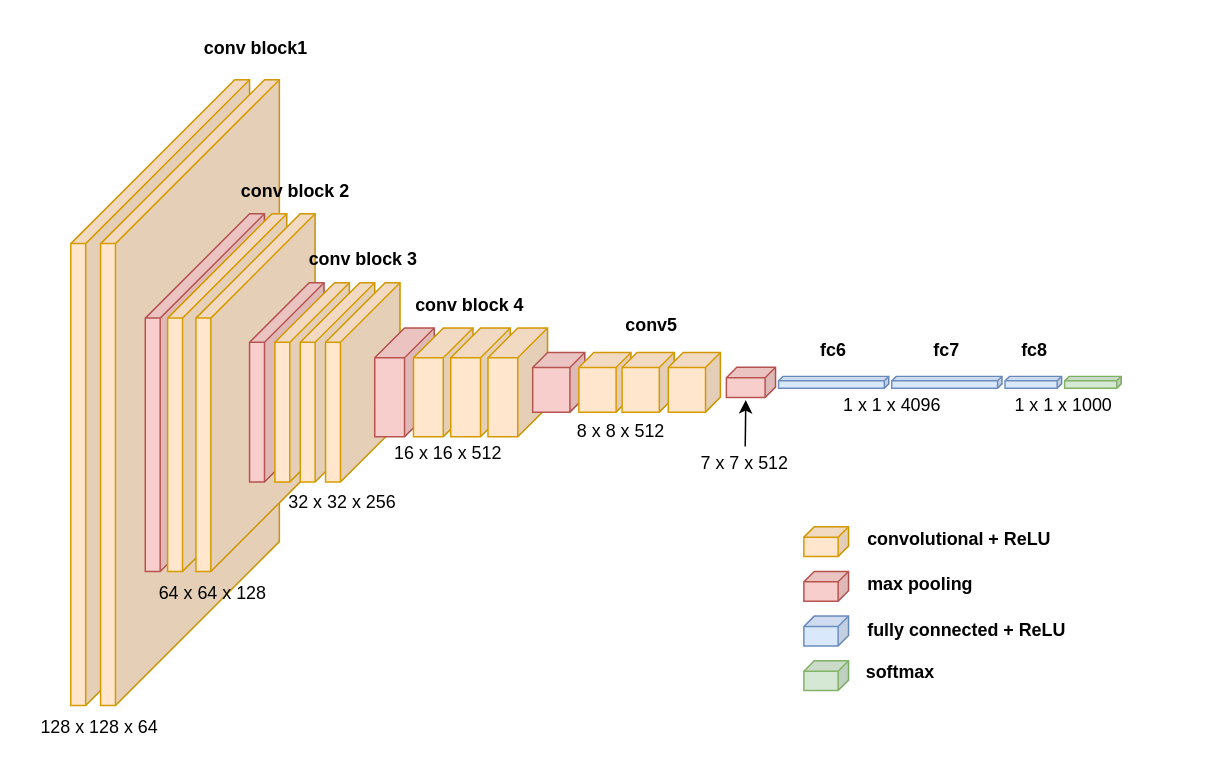
Earlier version of the draw.io diagram vgg16_xml.drawio (BenCretois/Neural-Network-Architecture-Diagrams). Source tidied: cells renumbered, new cells numbered last; positions are measured from the earlier drawing's top-left corner, leaving out a move shared by most shapes. Both pictures are drawn from the tidied source at 149%, with x=0, y=0 at pixel (25, 25).
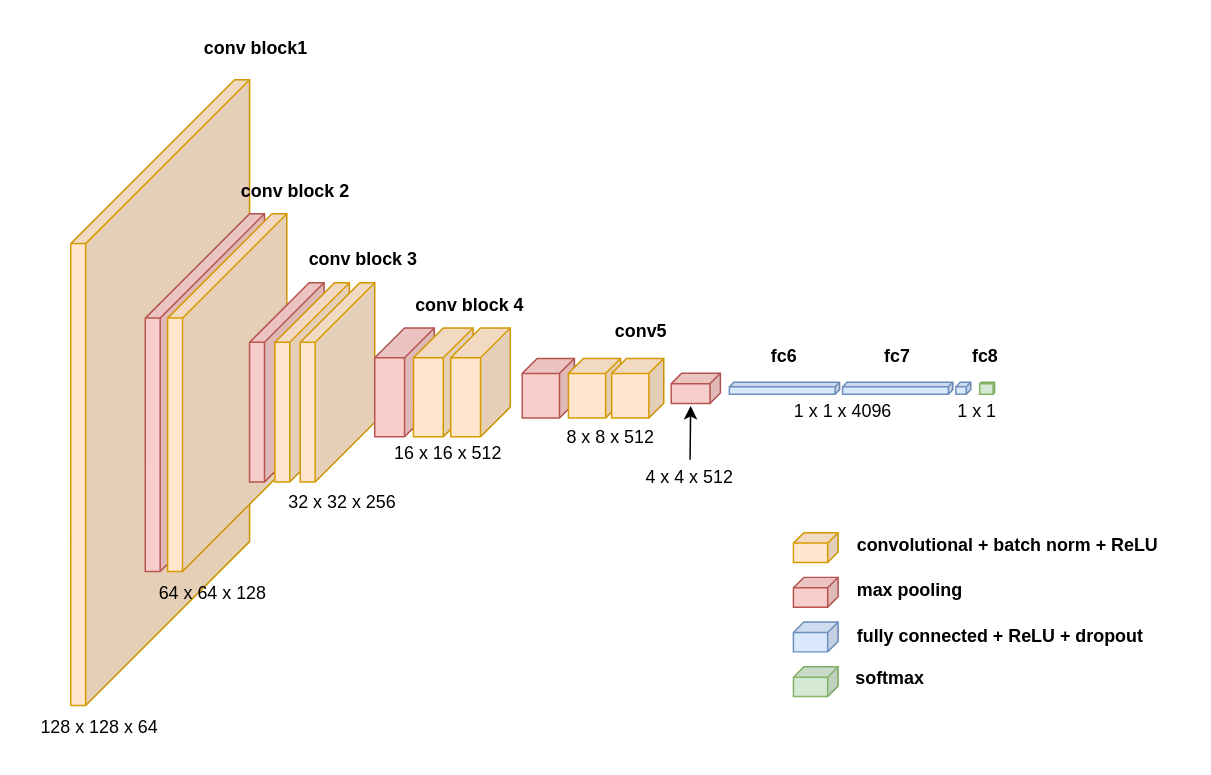
After the change.

Diff of the diagram source:
```diff
@@
-    <mxCell id="3" style="shape=cube;whiteSpace=wrap;html=1;boundedLbl=1;backgroundOutline=1;darkOpacity=0.05;darkOpacity2=0.1;size=110;direction=east;flipH=1;fillColor=#ffe6cc;strokeColor=#d79b00;" parent="1" vertex="1">
-      <mxGeometry x="50" y="36" width="120" height="420" as="geometry" />
-    </mxCell>
@@
-    <mxCell id="6" style="shape=cube;whiteSpace=wrap;html=1;boundedLbl=1;backgroundOutline=1;darkOpacity=0.05;darkOpacity2=0.1;size=70;direction=east;flipH=1;fillColor=#ffe6cc;strokeColor=#d79b00;" parent="1" vertex="1">
-      <mxGeometry x="114" y="126" width="80" height="240" as="geometry" />
-    </mxCell>
@@
-    <mxCell id="10" style="shape=cube;whiteSpace=wrap;html=1;boundedLbl=1;backgroundOutline=1;darkOpacity=0.05;darkOpacity2=0.1;size=40;direction=east;flipH=1;fillColor=#ffe6cc;strokeColor=#d79b00;" parent="1" vertex="1">
-      <mxGeometry x="201" y="172.2" width="50" height="133.8" as="geometry" />
-    </mxCell>
@@
-    <mxCell id="14" style="shape=cube;whiteSpace=wrap;html=1;boundedLbl=1;backgroundOutline=1;darkOpacity=0.05;darkOpacity2=0.1;size=20;direction=east;flipH=1;fillColor=#ffe6cc;strokeColor=#d79b00;" parent="1" vertex="1">
-      <mxGeometry x="310" y="202.6" width="40" height="73.1" as="geometry" />
-    </mxCell>
     <mxCell id="15" style="shape=cube;whiteSpace=wrap;html=1;boundedLbl=1;backgroundOutline=1;darkOpacity=0.05;darkOpacity2=0.1;size=10;direction=east;flipH=1;fillColor=#f8cecc;strokeColor=#b85450;" parent="1" vertex="1">
-      <mxGeometry x="340" y="219.1" width="35" height="40" as="geometry" />
+      <mxGeometry x="333" y="223.1" width="35" height="40" as="geometry" />
     </mxCell>
     <mxCell id="16" style="shape=cube;whiteSpace=wrap;html=1;boundedLbl=1;backgroundOutline=1;darkOpacity=0.05;darkOpacity2=0.1;size=10;direction=east;flipH=1;fillColor=#ffe6cc;strokeColor=#d79b00;" parent="1" vertex="1">
-      <mxGeometry x="371" y="219.1" width="35" height="40" as="geometry" />
+      <mxGeometry x="364" y="223.1" width="35" height="40" as="geometry" />
     </mxCell>
     <mxCell id="17" style="shape=cube;whiteSpace=wrap;html=1;boundedLbl=1;backgroundOutline=1;darkOpacity=0.05;darkOpacity2=0.1;size=7;direction=east;flipH=1;fillColor=#f8cecc;strokeColor=#b85450;" parent="1" vertex="1">
-      <mxGeometry x="470" y="229" width="33" height="20.3" as="geometry" />
+      <mxGeometry x="433" y="233" width="33" height="20.3" as="geometry" />
     </mxCell>
     <mxCell id="18" style="shape=cube;whiteSpace=wrap;html=1;boundedLbl=1;backgroundOutline=1;darkOpacity=0.05;darkOpacity2=0.1;size=3;direction=east;flipH=1;fillColor=#dae8fc;strokeColor=#6c8ebf;" parent="1" vertex="1">
-      <mxGeometry x="505" y="235.1" width="74" height="8" as="geometry" />
+      <mxGeometry x="472" y="239.1" width="74" height="8" as="geometry" />
     </mxCell>
     <mxCell id="19" style="shape=cube;whiteSpace=wrap;html=1;boundedLbl=1;backgroundOutline=1;darkOpacity=0.05;darkOpacity2=0.1;size=3;direction=east;flipH=1;fillColor=#dae8fc;strokeColor=#6c8ebf;" parent="1" vertex="1">
-      <mxGeometry x="581" y="235.1" width="74" height="8" as="geometry" />
+      <mxGeometry x="548" y="239.1" width="74" height="8" as="geometry" />
     </mxCell>
     <mxCell id="20" style="shape=cube;whiteSpace=wrap;html=1;boundedLbl=1;backgroundOutline=1;darkOpacity=0.05;darkOpacity2=0.1;size=3;direction=east;flipH=1;fillColor=#dae8fc;strokeColor=#6c8ebf;" parent="1" vertex="1">
-      <mxGeometry x="657" y="235.1" width="38" height="8" as="geometry" />
+      <mxGeometry x="624" y="239.1" width="10" height="8" as="geometry" />
     </mxCell>
     <mxCell id="21" style="shape=cube;whiteSpace=wrap;html=1;boundedLbl=1;backgroundOutline=1;darkOpacity=0.05;darkOpacity2=0.1;size=7;direction=east;flipH=1;fillColor=#ffe6cc;strokeColor=#d79b00;" parent="1" vertex="1">
-      <mxGeometry x="522" y="336" width="30" height="20" as="geometry" />
+      <mxGeometry x="515" y="340" width="30" height="20" as="geometry" />
     </mxCell>
     <mxCell id="22" style="shape=cube;whiteSpace=wrap;html=1;boundedLbl=1;backgroundOutline=1;darkOpacity=0.05;darkOpacity2=0.1;size=7;direction=east;flipH=1;fillColor=#f8cecc;strokeColor=#b85450;" parent="1" vertex="1">
-      <mxGeometry x="522" y="366" width="30" height="20" as="geometry" />
+      <mxGeometry x="515" y="370" width="30" height="20" as="geometry" />
     </mxCell>
     <mxCell id="23" style="shape=cube;whiteSpace=wrap;html=1;boundedLbl=1;backgroundOutline=1;darkOpacity=0.05;darkOpacity2=0.1;size=7;direction=east;flipH=1;fillColor=#dae8fc;strokeColor=#6c8ebf;" parent="1" vertex="1">
-      <mxGeometry x="522" y="396" width="30" height="20" as="geometry" />
+      <mxGeometry x="515" y="400" width="30" height="20" as="geometry" />
     </mxCell>
-    <mxCell id="24" style="shape=cube;whiteSpace=wrap;html=1;boundedLbl=1;backgroundOutline=1;darkOpacity=0.05;darkOpacity2=0.1;size=3;direction=east;flipH=1;fillColor=#d5e8d4;strokeColor=#82b366;" parent="1" vertex="1">
-      <mxGeometry x="697" y="235.1" width="38" height="8" as="geometry" />
+    <mxCell id="24" style="shape=cube;whiteSpace=wrap;html=1;boundedLbl=1;backgroundOutline=1;darkOpacity=0.05;darkOpacity2=0.1;size=1;direction=east;flipH=1;fillColor=#d5e8d4;strokeColor=#82b366;" parent="1" vertex="1">
+      <mxGeometry x="640" y="239.1" width="10" height="8" as="geometry" />
     </mxCell>
     <mxCell id="25" style="shape=cube;whiteSpace=wrap;html=1;boundedLbl=1;backgroundOutline=1;darkOpacity=0.05;darkOpacity2=0.1;size=7;direction=east;flipH=1;fillColor=#d5e8d4;strokeColor=#82b366;" parent="1" vertex="1">
-      <mxGeometry x="522" y="426" width="30" height="20" as="geometry" />
+      <mxGeometry x="515" y="430" width="30" height="20" as="geometry" />
     </mxCell>
@@
     <mxCell id="30" value="&lt;b&gt;conv5&lt;/b&gt;" style="text;html=1;strokeColor=none;fillColor=none;align=center;verticalAlign=middle;whiteSpace=wrap;rounded=0;" parent="1" vertex="1">
-      <mxGeometry x="400" y="186" width="40" height="30" as="geometry" />
+      <mxGeometry x="393" y="190" width="40" height="30" as="geometry" />
     </mxCell>
     <mxCell id="31" value="&lt;b&gt;fc6&lt;/b&gt;" style="text;html=1;strokeColor=none;fillColor=none;align=center;verticalAlign=middle;whiteSpace=wrap;rounded=0;" parent="1" vertex="1">
-      <mxGeometry x="522" y="202.6" width="40" height="30" as="geometry" />
+      <mxGeometry x="489" y="206.6" width="40" height="30" as="geometry" />
     </mxCell>
     <mxCell id="32" value="&lt;b&gt;fc7&lt;/b&gt;" style="text;html=1;strokeColor=none;fillColor=none;align=center;verticalAlign=middle;whiteSpace=wrap;rounded=0;" parent="1" vertex="1">
-      <mxGeometry x="598" y="202.6" width="40" height="30" as="geometry" />
+      <mxGeometry x="565" y="206.6" width="40" height="30" as="geometry" />
     </mxCell>
     <mxCell id="33" value="&lt;b&gt;fc8&lt;/b&gt;" style="text;html=1;strokeColor=none;fillColor=none;align=center;verticalAlign=middle;whiteSpace=wrap;rounded=0;" parent="1" vertex="1">
-      <mxGeometry x="657" y="202.6" width="40" height="30" as="geometry" />
+      <mxGeometry x="624" y="206.6" width="40" height="30" as="geometry" />
     </mxCell>
@@
     <mxCell id="38" value="8 x 8 x 512" style="text;html=1;strokeColor=none;fillColor=none;align=center;verticalAlign=middle;whiteSpace=wrap;rounded=0;" parent="1" vertex="1">
-      <mxGeometry x="350" y="257.1" width="99" height="30" as="geometry" />
+      <mxGeometry x="343" y="261.1" width="99" height="30" as="geometry" />
     </mxCell>
     <mxCell id="39" style="shape=cube;whiteSpace=wrap;html=1;boundedLbl=1;backgroundOutline=1;darkOpacity=0.05;darkOpacity2=0.1;size=10;direction=east;flipH=1;fillColor=#ffe6cc;strokeColor=#d79b00;" parent="1" vertex="1">
-      <mxGeometry x="400" y="219.1" width="35" height="40" as="geometry" />
+      <mxGeometry x="393" y="223.1" width="35" height="40" as="geometry" />
     </mxCell>
-    <mxCell id="40" style="shape=cube;whiteSpace=wrap;html=1;boundedLbl=1;backgroundOutline=1;darkOpacity=0.05;darkOpacity2=0.1;size=10;direction=east;flipH=1;fillColor=#ffe6cc;strokeColor=#d79b00;" parent="1" vertex="1">
-      <mxGeometry x="431" y="219.1" width="35" height="40" as="geometry" />
-    </mxCell>
-    <mxCell id="41" value="7 x 7 x 512" style="text;html=1;strokeColor=none;fillColor=none;align=center;verticalAlign=middle;whiteSpace=wrap;rounded=0;" parent="1" vertex="1">
-      <mxGeometry x="433" y="282.1" width="99" height="23.9" as="geometry" />
+    <mxCell id="41" value="4 x 4 x 512" style="text;html=1;strokeColor=none;fillColor=none;align=center;verticalAlign=middle;whiteSpace=wrap;rounded=0;" parent="1" vertex="1">
+      <mxGeometry x="396" y="291.1" width="99" height="23.9" as="geometry" />
     </mxCell>
@@
     <mxCell id="43" value="1 x 1 x 4096" style="text;html=1;strokeColor=none;fillColor=none;align=center;verticalAlign=middle;whiteSpace=wrap;rounded=0;" parent="1" vertex="1">
-      <mxGeometry x="532" y="243.1" width="99" height="24" as="geometry" />
+      <mxGeometry x="499" y="247.1" width="99" height="24" as="geometry" />
     </mxCell>
-    <mxCell id="44" value="1 x 1 x 1000" style="text;html=1;strokeColor=none;fillColor=none;align=center;verticalAlign=middle;whiteSpace=wrap;rounded=0;" parent="1" vertex="1">
-      <mxGeometry x="647" y="243.1" width="99" height="24" as="geometry" />
+    <mxCell id="44" value="1 x 1" style="text;html=1;strokeColor=none;fillColor=none;align=center;verticalAlign=middle;whiteSpace=wrap;rounded=0;" parent="1" vertex="1">
+      <mxGeometry x="589" y="247.1" width="99" height="24" as="geometry" />
     </mxCell>
-    <mxCell id="45" value="convolutional + ReLU" style="text;html=1;strokeColor=none;fillColor=none;align=left;verticalAlign=middle;whiteSpace=wrap;rounded=0;fontStyle=1;" parent="1" vertex="1">
-      <mxGeometry x="563" y="333.1" width="138" height="23.9" as="geometry" />
+    <mxCell id="45" value="convolutional + batch norm + ReLU" style="text;html=1;strokeColor=none;fillColor=none;align=left;verticalAlign=middle;whiteSpace=wrap;rounded=0;fontStyle=1;" parent="1" vertex="1">
+      <mxGeometry x="556" y="337.1" width="223" height="23.9" as="geometry" />
     </mxCell>
     <mxCell id="46" value="max pooling" style="text;html=1;strokeColor=none;fillColor=none;align=left;verticalAlign=middle;whiteSpace=wrap;rounded=0;fontStyle=1;" parent="1" vertex="1">
-      <mxGeometry x="563" y="363.1" width="138" height="23.9" as="geometry" />
+      <mxGeometry x="556" y="367.1" width="138" height="23.9" as="geometry" />
     </mxCell>
-    <mxCell id="47" value="fully connected + ReLU" style="text;html=1;strokeColor=none;fillColor=none;align=left;verticalAlign=middle;whiteSpace=wrap;rounded=0;fontStyle=1;" parent="1" vertex="1">
-      <mxGeometry x="563" y="394.1" width="138" height="23.9" as="geometry" />
+    <mxCell id="47" value="fully connected + ReLU + dropout" style="text;html=1;strokeColor=none;fillColor=none;align=left;verticalAlign=middle;whiteSpace=wrap;rounded=0;fontStyle=1;" parent="1" vertex="1">
+      <mxGeometry x="556" y="398.1" width="213" height="23.9" as="geometry" />
     </mxCell>
     <mxCell id="48" value="softmax" style="text;html=1;strokeColor=none;fillColor=none;align=left;verticalAlign=middle;whiteSpace=wrap;rounded=0;fontStyle=1;" parent="1" vertex="1">
-      <mxGeometry x="562" y="422.1" width="138" height="23.9" as="geometry" />
+      <mxGeometry x="555" y="426.1" width="138" height="23.9" as="geometry" />
     </mxCell>
```
